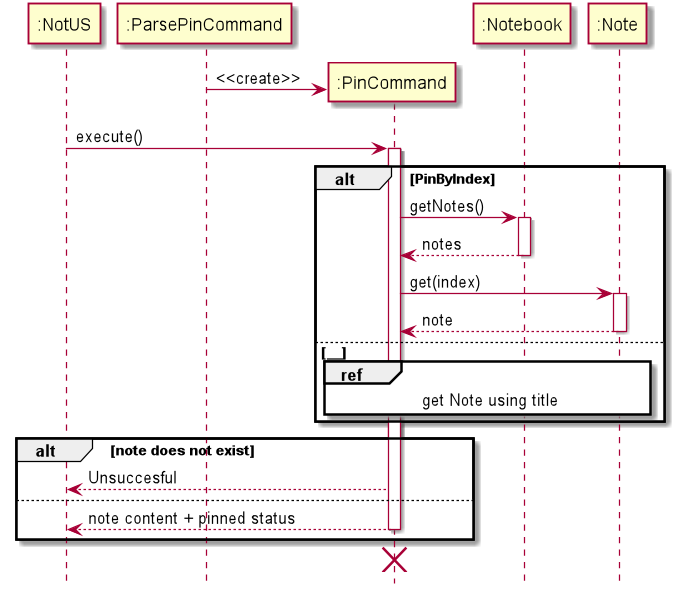
This is docs/diagrams/out/PinCommand.png from nus-cs2113-AY2021S1/tp, a PlantUML export, as it was before one commit.
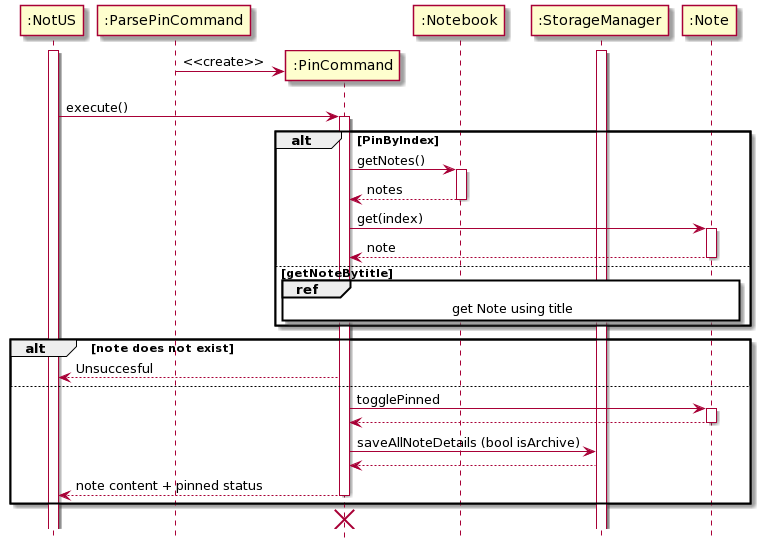
The same diagram one commit later.

Diff of the diagram source:
```diff
@@ -1,22 +1,27 @@
 @startuml
-
 hide footbox
 
 participant ":NotUS" as NotUS
 participant ":ParsePinCommand" as ParsePinCommand
 participant ":PinCommand" as PinCommand
 participant ":Notebook" as Notebook
-
+participant ":StorageManager" as StorageManager
 participant ":Note" as Note
 
 create NotUS
+activate NotUS
 create ParsePinCommand
+
+create StorageManager
+activate StorageManager
 
 create PinCommand
 activate PinCommand
 
 ParsePinCommand -> PinCommand : <<create>>
 deactivate PinCommand
+
+
 
 NotUS -> PinCommand: execute()
 activate PinCommand
@@ -33,7 +38,7 @@
     Note --> PinCommand: note
     deactivate Note
 
-else __
+else getNoteBytitle
 ref over PinCommand, Notebook, Note: get Note using title
 
 end
@@ -43,10 +48,16 @@
     PinCommand --> NotUS: Unsuccesful
 
 else
+    PinCommand -> Note: togglePinned
+    activate Note
+    Note --> PinCommand
+    deactivate Note
+
+    PinCommand -> StorageManager: saveAllNoteDetails (bool isArchive)
+    StorageManager --> PinCommand
 
     PinCommand --> NotUS: note content + pinned status
     deactivate PinCommand
-
 end
 
 destroy PinCommand
```
